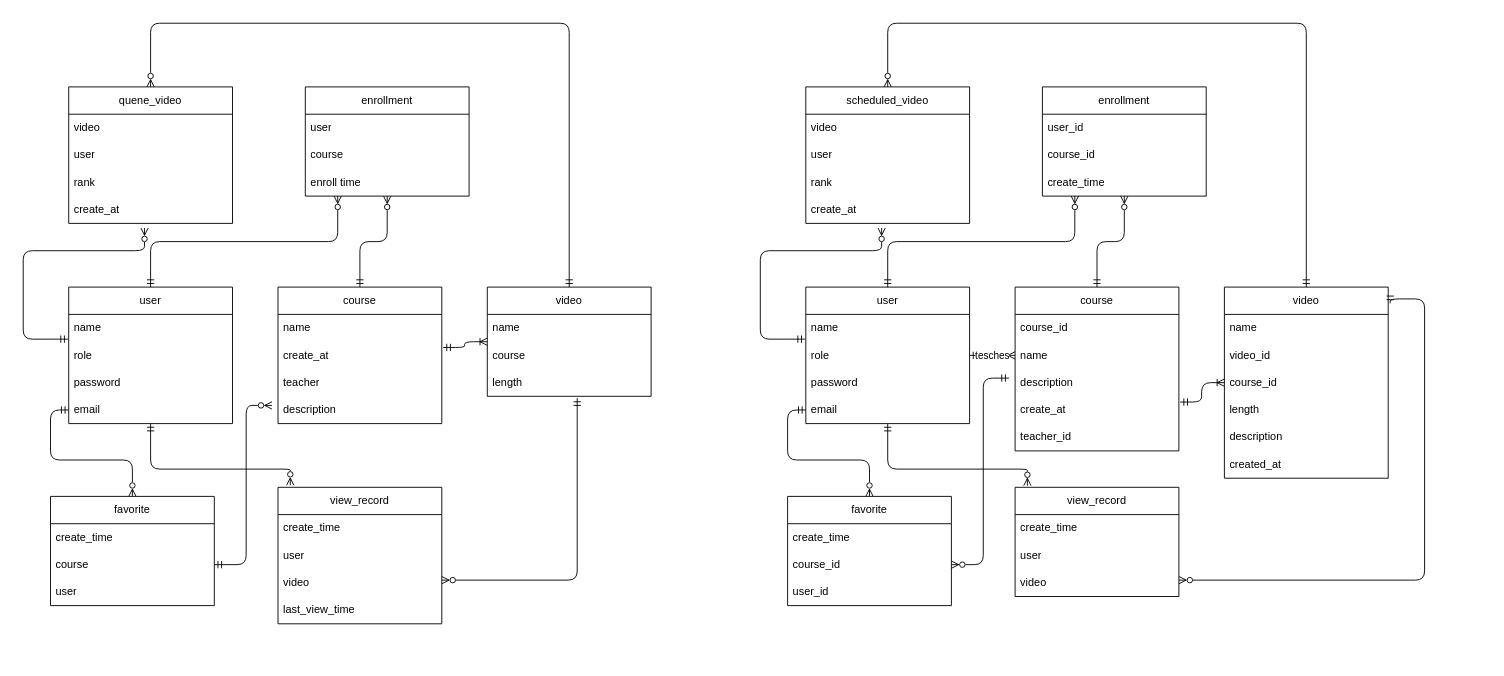
Earlier version of the draw.io diagram erd.drawio (machilan1/cs). Source tidied: cells renumbered, new cells numbered last; positions are measured from the earlier drawing's top-left corner, leaving out a move shared by most shapes. Both pictures are drawn from the tidied source at 91%, with x=0, y=0 at pixel (23, 23).
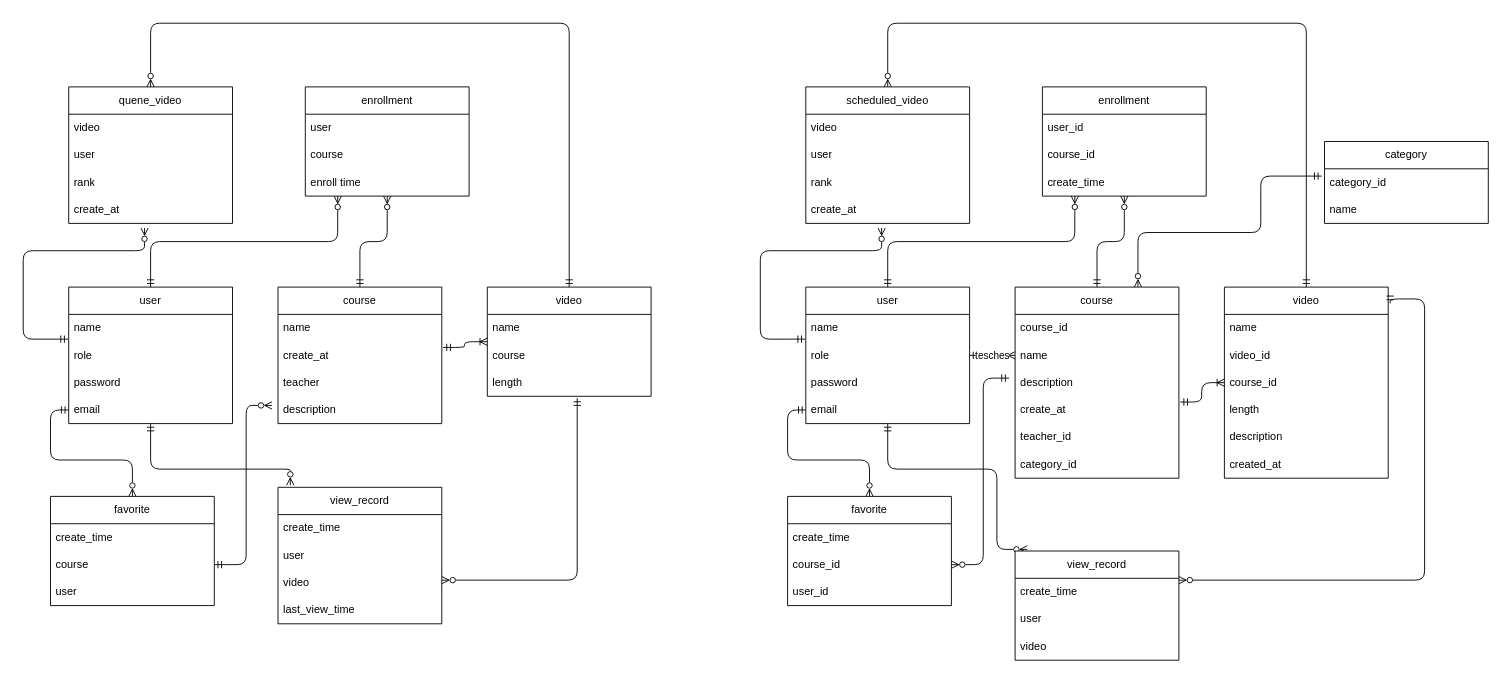
The same page after the edit.

Commit message (it also covers changes not shown here):
api : change schema

Unchanged cells that the change refers to:
```xml
<mxCell id="44" value="user" style="swimlane;fontStyle=0;horizontal=1;startSize=30;whiteSpace=wrap;html=1;" parent="1" vertex="1">
  <mxGeometry x="860" y="290" width="180" height="150" as="geometry" />
</mxCell>
```

Diff of the diagram source:
```diff
@@
     <mxCell id="43" style="edgeStyle=orthogonalEdgeStyle;html=1;entryX=0.075;entryY=-0.015;entryDx=0;entryDy=0;entryPerimeter=0;endArrow=ERzeroToMany;endFill=0;startArrow=ERmandOne;startFill=0;" parent="1" edge="1" source="44" target="68">
       <mxGeometry relative="1" as="geometry">
         <Array as="points">
           <mxPoint x="950" y="490" />
-          <mxPoint x="1103" y="490" />
+          <mxPoint x="1070" y="490" />
+          <mxPoint x="1070" y="578" />
         </Array>
       </mxGeometry>
     </mxCell>
@@
+    <mxCell id="88" style="edgeStyle=orthogonalEdgeStyle;html=1;exitX=0.75;exitY=0;exitDx=0;exitDy=0;entryX=-0.017;entryY=0.267;entryDx=0;entryDy=0;entryPerimeter=0;endArrow=ERmandOne;endFill=0;startArrow=ERzeroToMany;startFill=0;" parent="1" edge="1" source="49" target="91">
+      <mxGeometry relative="1" as="geometry">
+        <Array as="points">
+          <mxPoint x="1225" y="230" />
+          <mxPoint x="1360" y="230" />
+          <mxPoint x="1360" y="168" />
+        </Array>
+      </mxGeometry>
+    </mxCell>
     <mxCell id="49" value="course" style="swimlane;fontStyle=0;horizontal=1;startSize=30;whiteSpace=wrap;html=1;" parent="1" vertex="1">
-      <mxGeometry x="1090" y="290" width="180" height="180" as="geometry" />
+      <mxGeometry x="1090" y="290" width="180" height="210" as="geometry" />
     </mxCell>
@@
+    <mxCell id="89" value="category_id" style="text;strokeColor=none;fillColor=none;align=left;verticalAlign=middle;spacingLeft=4;spacingRight=4;overflow=hidden;whiteSpace=wrap;html=1;" parent="49" vertex="1">
+      <mxGeometry y="180" width="180" height="30" as="geometry" />
+    </mxCell>
@@
     <mxCell id="68" value="view_record" style="swimlane;fontStyle=0;horizontal=1;startSize=30;whiteSpace=wrap;html=1;" parent="1" vertex="1">
-      <mxGeometry x="1090" y="510" width="180" height="120" as="geometry" />
+      <mxGeometry x="1090" y="580" width="180" height="120" as="geometry" />
     </mxCell>
@@
+    <mxCell id="90" value="category" style="swimlane;fontStyle=0;horizontal=1;startSize=30;whiteSpace=wrap;html=1;" parent="1" vertex="1">
+      <mxGeometry x="1430" y="130" width="180" height="90" as="geometry" />
+    </mxCell>
+    <mxCell id="91" value="category_id" style="text;strokeColor=none;fillColor=none;align=left;verticalAlign=middle;spacingLeft=4;spacingRight=4;overflow=hidden;points=[[0,0.5],[1,0.5]];portConstraint=eastwest;whiteSpace=wrap;html=1;" parent="90" vertex="1">
+      <mxGeometry y="30" width="180" height="30" as="geometry" />
+    </mxCell>
+    <mxCell id="92" value="name" style="text;strokeColor=none;fillColor=none;align=left;verticalAlign=middle;spacingLeft=4;spacingRight=4;overflow=hidden;whiteSpace=wrap;html=1;" parent="90" vertex="1">
+      <mxGeometry y="60" width="180" height="30" as="geometry" />
+    </mxCell>
```
